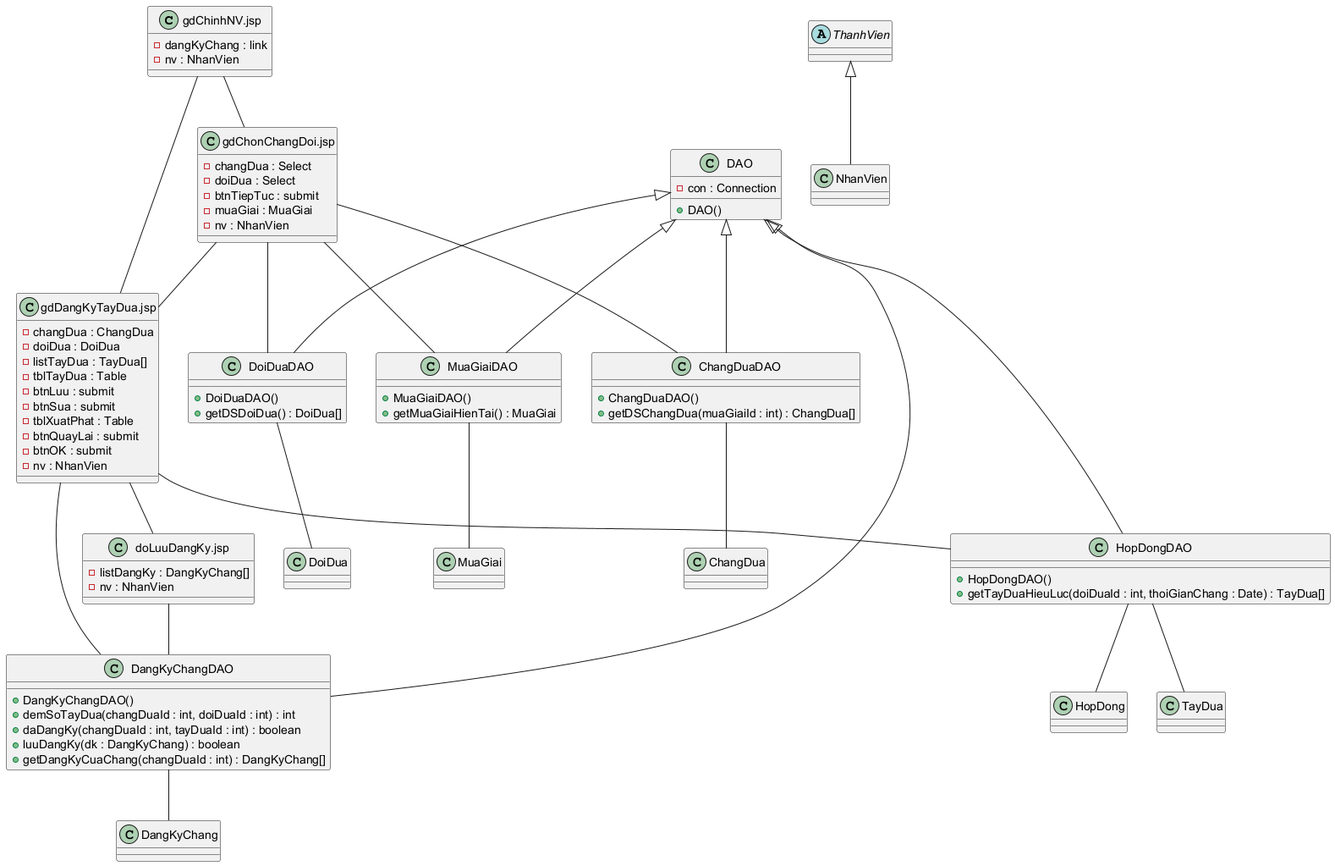
7gho/CNPM-He2026 keeps this PlantUML diagram as Module 2 - Kin/hinh/ref/5-bieu-do-lop-thiet-ke-jsp-dao-model.png. Above is the earlier version.
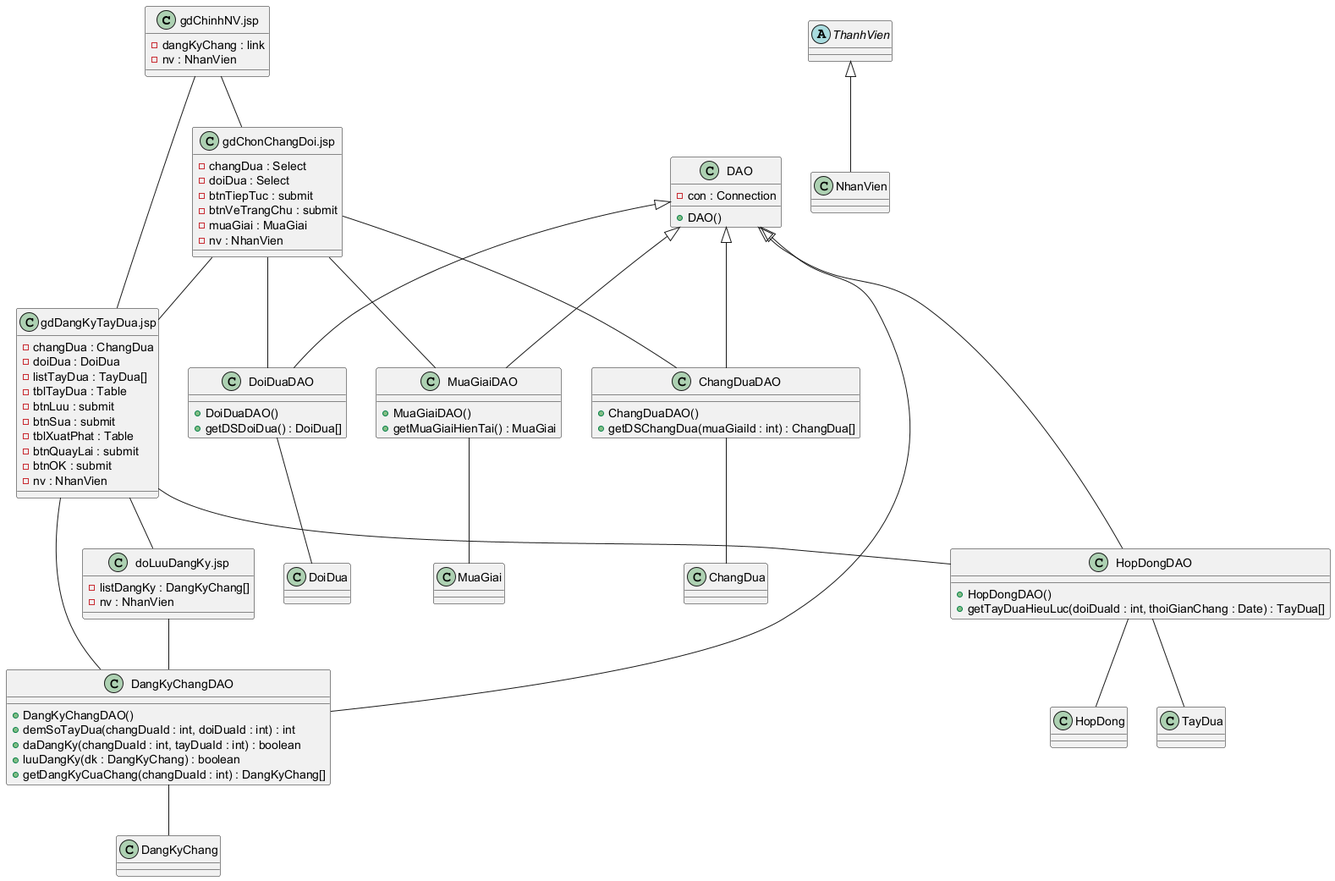
After the commit.

What changed in the source:
```diff
@@ -7,6 +7,7 @@
   -changDua : Select
   -doiDua : Select
   -btnTiepTuc : submit
+  -btnVeTrangChu : submit
   -muaGiai : MuaGiai
   -nv : NhanVien
 }
```
